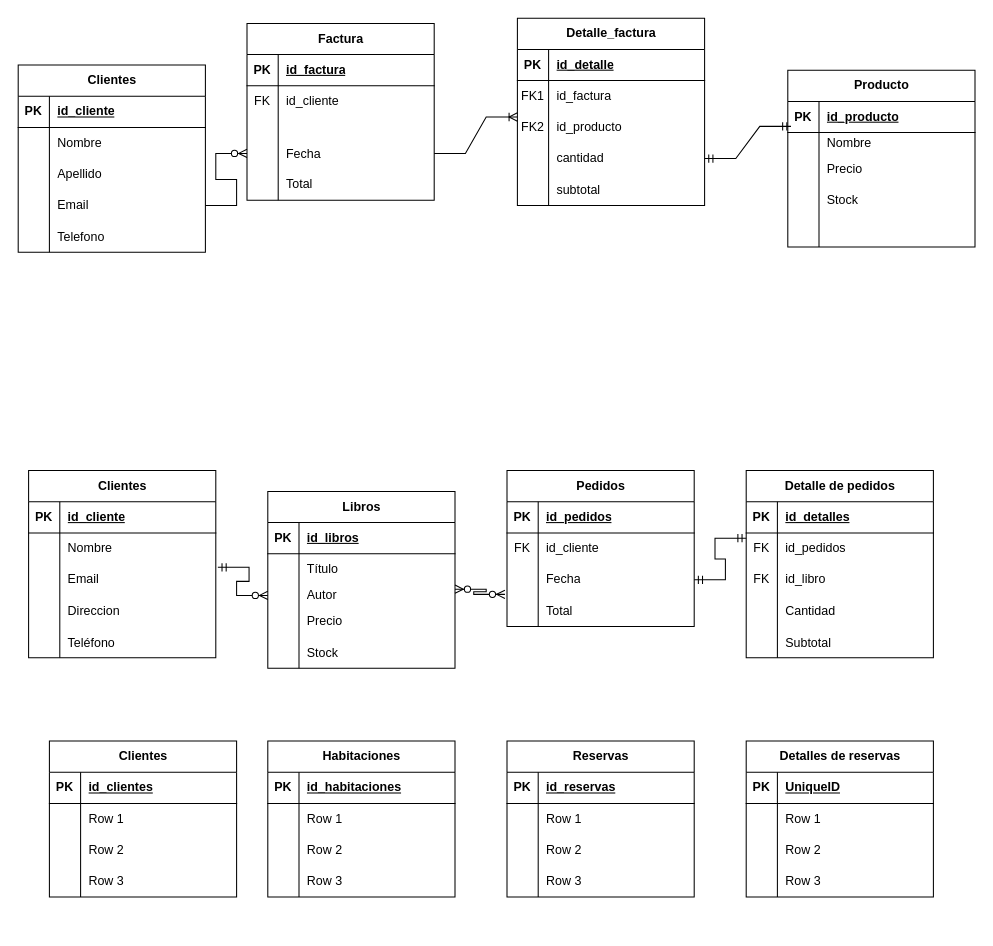
The draw.io diagram Diagrama sin título.drawio in paulacersofios/ARQUITECTURA, before the edit. Source tidied: cells renumbered, new cells numbered last; positions are measured from the earlier drawing's top-left corner, leaving out a move shared by most shapes. Both pictures are drawn from the tidied source at 104%, with x=0, y=0 at pixel (18, 18).
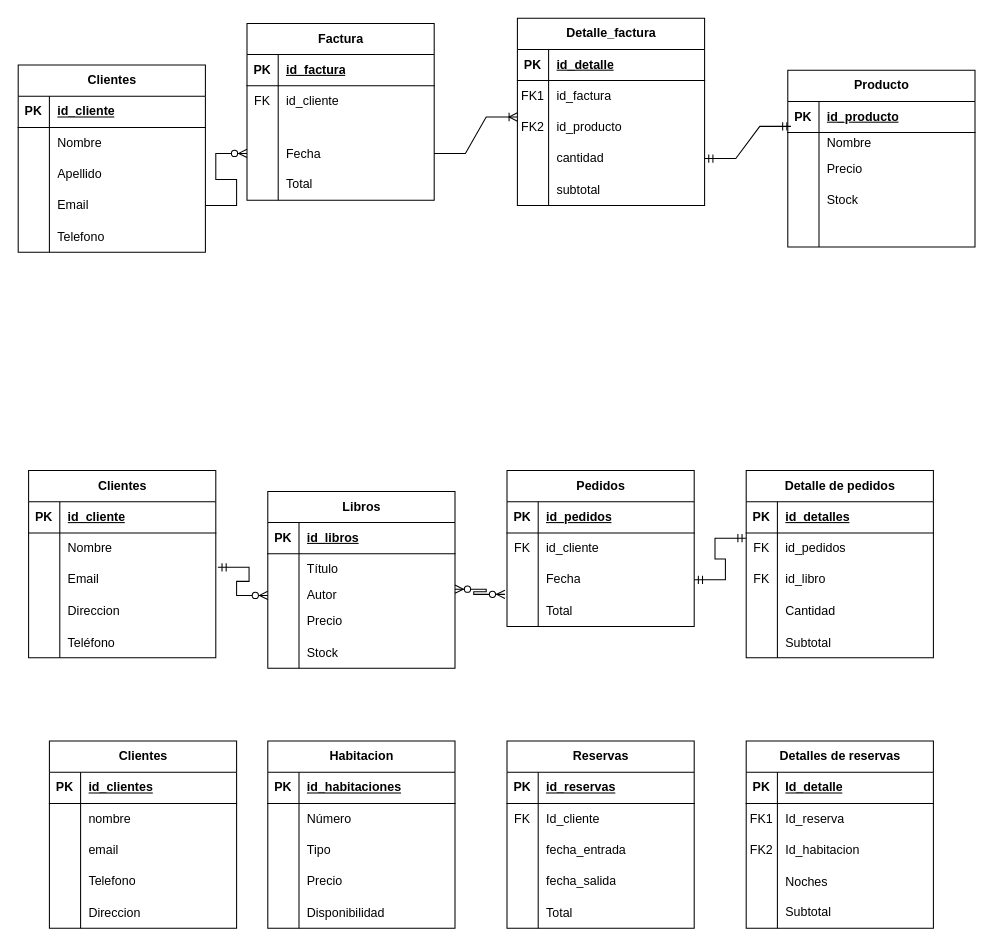
The same diagram, later.

Commit message:
Actualizar Diagrama sist.basesdedatos.drawio

The change refers to these unchanged cells:
```xml
<mxCell id="131" style="shape=tableRow;horizontal=0;startSize=0;swimlaneHead=0;swimlaneBody=0;fillColor=none;top=0;left=0;right=0;bottom=1;" parent="130" vertex="1">
  <mxGeometry y="30" width="180" height="30" as="geometry" />
</mxCell>
<mxCell id="134" style="shape=tableRow;horizontal=0;startSize=0;swimlaneHead=0;swimlaneBody=0;fillColor=none;top=0;left=0;right=0;bottom=0;" parent="130" vertex="1">
  <mxGeometry y="60" width="180" height="30" as="geometry" />
</mxCell>
<mxCell id="137" style="shape=tableRow;horizontal=0;startSize=0;swimlaneHead=0;swimlaneBody=0;fillColor=none;top=0;left=0;right=0;bottom=0;" parent="130" vertex="1">
  <mxGeometry y="90" width="180" height="30" as="geometry" />
</mxCell>
<mxCell id="147" style="shape=tableRow;horizontal=0;startSize=0;swimlaneHead=0;swimlaneBody=0;fillColor=none;top=0;left=0;right=0;bottom=0;" parent="143" vertex="1">
  <mxGeometry y="60" width="180" height="30" as="geometry" />
</mxCell>
<mxCell id="150" style="shape=tableRow;horizontal=0;startSize=0;swimlaneHead=0;swimlaneBody=0;fillColor=none;top=0;left=0;right=0;bottom=0;" parent="143" vertex="1">
  <mxGeometry y="90" width="180" height="30" as="geometry" />
</mxCell>
<mxCell id="153" style="shape=tableRow;horizontal=0;startSize=0;swimlaneHead=0;swimlaneBody=0;fillColor=none;top=0;left=0;right=0;bottom=0;" parent="143" vertex="1">
  <mxGeometry y="120" width="180" height="30" as="geometry" />
</mxCell>
<mxCell id="160" style="shape=tableRow;horizontal=0;startSize=0;swimlaneHead=0;swimlaneBody=0;fillColor=none;top=0;left=0;right=0;bottom=0;" parent="156" vertex="1">
  <mxGeometry y="60" width="180" height="30" as="geometry" />
</mxCell>
<mxCell id="163" style="shape=tableRow;horizontal=0;startSize=0;swimlaneHead=0;swimlaneBody=0;fillColor=none;top=0;left=0;right=0;bottom=0;" parent="156" vertex="1">
  <mxGeometry y="90" width="180" height="30" as="geometry" />
</mxCell>
<mxCell id="166" style="shape=tableRow;horizontal=0;startSize=0;swimlaneHead=0;swimlaneBody=0;fillColor=none;top=0;left=0;right=0;bottom=0;" parent="156" vertex="1">
  <mxGeometry y="120" width="180" height="30" as="geometry" />
</mxCell>
<mxCell id="173" style="shape=tableRow;horizontal=0;startSize=0;swimlaneHead=0;swimlaneBody=0;fillColor=none;top=0;left=0;right=0;bottom=0;" parent="169" vertex="1">
  <mxGeometry y="60" width="180" height="30" as="geometry" />
</mxCell>
<mxCell id="176" style="shape=tableRow;horizontal=0;startSize=0;swimlaneHead=0;swimlaneBody=0;fillColor=none;top=0;left=0;right=0;bottom=0;" parent="169" vertex="1">
  <mxGeometry y="90" width="180" height="30" as="geometry" />
</mxCell>
<mxCell id="179" style="shape=tableRow;horizontal=0;startSize=0;swimlaneHead=0;swimlaneBody=0;fillColor=none;top=0;left=0;right=0;bottom=0;" parent="169" vertex="1">
  <mxGeometry y="120" width="180" height="30" as="geometry" />
</mxCell>
```

What changed in the source:
```diff
@@
     <mxCell id="130" value="Detalles de reservas" style="shape=table;startSize=30;childLayout=tableLayout;rowLines=0;fontStyle=1;align=center;html=1;" parent="1" vertex="1">
-      <mxGeometry x="700" y="695" width="180" height="150" as="geometry" />
+      <mxGeometry x="700" y="695" width="180" height="180" as="geometry" />
     </mxCell>
@@
-    <mxCell id="133" value="UniqueID" style="shape=partialRectangle;fillColor=none;top=0;left=0;bottom=0;right=0;align=left;spacingLeft=6;fontStyle=5;overflow=hidden;whiteSpace=wrap;html=1;" parent="131" vertex="1">
+    <mxCell id="133" value="Id_detalle" style="shape=partialRectangle;fillColor=none;top=0;left=0;bottom=0;right=0;align=left;spacingLeft=6;fontStyle=5;overflow=hidden;whiteSpace=wrap;html=1;" parent="131" vertex="1">
       <mxGeometry x="30" width="150" height="30" as="geometry" />
     </mxCell>
@@
-    <mxCell id="135" style="shape=partialRectangle;fillColor=none;top=0;left=0;bottom=0;right=0;overflow=hidden;whiteSpace=wrap;html=1;" parent="134" vertex="1">
+    <mxCell id="135" value="FK1" style="shape=partialRectangle;fillColor=none;top=0;left=0;bottom=0;right=0;overflow=hidden;whiteSpace=wrap;html=1;" parent="134" vertex="1">
       <mxGeometry width="30" height="30" as="geometry" />
     </mxCell>
-    <mxCell id="136" value="Row 1" style="shape=partialRectangle;fillColor=none;top=0;left=0;bottom=0;right=0;align=left;spacingLeft=6;overflow=hidden;whiteSpace=wrap;html=1;" parent="134" vertex="1">
+    <mxCell id="136" value="Id_reserva" style="shape=partialRectangle;fillColor=none;top=0;left=0;bottom=0;right=0;align=left;spacingLeft=6;overflow=hidden;whiteSpace=wrap;html=1;" parent="134" vertex="1">
       <mxGeometry x="30" width="150" height="30" as="geometry" />
     </mxCell>
@@
-    <mxCell id="138" style="shape=partialRectangle;fillColor=none;top=0;left=0;bottom=0;right=0;overflow=hidden;whiteSpace=wrap;html=1;" parent="137" vertex="1">
+    <mxCell id="138" value="FK2" style="shape=partialRectangle;fillColor=none;top=0;left=0;bottom=0;right=0;overflow=hidden;whiteSpace=wrap;html=1;" parent="137" vertex="1">
       <mxGeometry width="30" height="30" as="geometry" />
     </mxCell>
-    <mxCell id="139" value="Row 2" style="shape=partialRectangle;fillColor=none;top=0;left=0;bottom=0;right=0;align=left;spacingLeft=6;overflow=hidden;whiteSpace=wrap;html=1;" parent="137" vertex="1">
+    <mxCell id="139" value="Id_habitacion" style="shape=partialRectangle;fillColor=none;top=0;left=0;bottom=0;right=0;align=left;spacingLeft=6;overflow=hidden;whiteSpace=wrap;html=1;" parent="137" vertex="1">
       <mxGeometry x="30" width="150" height="30" as="geometry" />
     </mxCell>
+    <mxCell id="185" style="shape=tableRow;horizontal=0;startSize=0;swimlaneHead=0;swimlaneBody=0;fillColor=none;top=0;left=0;right=0;bottom=0;" parent="130" vertex="1">
+      <mxGeometry y="120" width="180" height="30" as="geometry" />
+    </mxCell>
+    <mxCell id="186" style="shape=partialRectangle;fillColor=none;top=0;left=0;bottom=0;right=0;overflow=hidden;" parent="185" vertex="1">
+      <mxGeometry width="30" height="30" as="geometry" />
+    </mxCell>
+    <mxCell id="187" value="Noches" style="shape=partialRectangle;fillColor=none;top=0;left=0;bottom=0;right=0;align=left;spacingLeft=6;overflow=hidden;" parent="185" vertex="1">
+      <mxGeometry x="30" width="150" height="30" as="geometry" />
+    </mxCell>
     <mxCell id="140" style="shape=tableRow;horizontal=0;startSize=0;swimlaneHead=0;swimlaneBody=0;fillColor=none;top=0;left=0;right=0;bottom=0;" parent="130" vertex="1">
-      <mxGeometry y="120" width="180" height="30" as="geometry" />
+      <mxGeometry y="150" width="180" height="30" as="geometry" />
     </mxCell>
@@
-    <mxCell id="142" value="Row 3" style="shape=partialRectangle;fillColor=none;top=0;left=0;bottom=0;right=0;align=left;spacingLeft=6;overflow=hidden;whiteSpace=wrap;html=1;" parent="140" vertex="1">
+    <mxCell id="142" value="Subtotal" style="shape=partialRectangle;fillColor=none;top=0;left=0;bottom=0;right=0;align=left;spacingLeft=6;overflow=hidden;whiteSpace=wrap;html=1;" parent="140" vertex="1">
       <mxGeometry x="30" width="150" height="30" as="geometry" />
     </mxCell>
-    <mxCell id="143" value="Habitaciones" style="shape=table;startSize=30;childLayout=tableLayout;rowLines=0;fontStyle=1;align=center;html=1;" parent="1" vertex="1">
-      <mxGeometry x="240" y="695" width="180" height="150" as="geometry" />
+    <mxCell id="143" value="Habitacion" style="shape=table;startSize=30;childLayout=tableLayout;rowLines=0;fontStyle=1;align=center;html=1;" parent="1" vertex="1">
+      <mxGeometry x="240" y="695" width="180" height="180" as="geometry" />
     </mxCell>
@@
-    <mxCell id="149" value="Row 1" style="shape=partialRectangle;fillColor=none;top=0;left=0;bottom=0;right=0;align=left;spacingLeft=6;overflow=hidden;whiteSpace=wrap;html=1;" parent="147" vertex="1">
+    <mxCell id="149" value="Número" style="shape=partialRectangle;fillColor=none;top=0;left=0;bottom=0;right=0;align=left;spacingLeft=6;overflow=hidden;whiteSpace=wrap;html=1;" parent="147" vertex="1">
       <mxGeometry x="30" width="150" height="30" as="geometry" />
     </mxCell>
@@
-    <mxCell id="152" value="Row 2" style="shape=partialRectangle;fillColor=none;top=0;left=0;bottom=0;right=0;align=left;spacingLeft=6;overflow=hidden;whiteSpace=wrap;html=1;" parent="150" vertex="1">
+    <mxCell id="152" value="Tipo" style="shape=partialRectangle;fillColor=none;top=0;left=0;bottom=0;right=0;align=left;spacingLeft=6;overflow=hidden;whiteSpace=wrap;html=1;" parent="150" vertex="1">
       <mxGeometry x="30" width="150" height="30" as="geometry" />
     </mxCell>
@@
-    <mxCell id="155" value="Row 3" style="shape=partialRectangle;fillColor=none;top=0;left=0;bottom=0;right=0;align=left;spacingLeft=6;overflow=hidden;whiteSpace=wrap;html=1;" parent="153" vertex="1">
+    <mxCell id="155" value="Precio" style="shape=partialRectangle;fillColor=none;top=0;left=0;bottom=0;right=0;align=left;spacingLeft=6;overflow=hidden;whiteSpace=wrap;html=1;" parent="153" vertex="1">
       <mxGeometry x="30" width="150" height="30" as="geometry" />
     </mxCell>
+    <mxCell id="188" style="shape=tableRow;horizontal=0;startSize=0;swimlaneHead=0;swimlaneBody=0;fillColor=none;top=0;left=0;right=0;bottom=0;" parent="143" vertex="1">
+      <mxGeometry y="150" width="180" height="30" as="geometry" />
+    </mxCell>
+    <mxCell id="189" style="shape=partialRectangle;fillColor=none;top=0;left=0;bottom=0;right=0;overflow=hidden;" parent="188" vertex="1">
+      <mxGeometry width="30" height="30" as="geometry" />
+    </mxCell>
+    <mxCell id="190" value="Disponibilidad" style="shape=partialRectangle;fillColor=none;top=0;left=0;bottom=0;right=0;align=left;spacingLeft=6;overflow=hidden;" parent="188" vertex="1">
+      <mxGeometry x="30" width="150" height="30" as="geometry" />
+    </mxCell>
     <mxCell id="156" value="Clientes" style="shape=table;startSize=30;childLayout=tableLayout;rowLines=0;fontStyle=1;align=center;html=1;" parent="1" vertex="1">
-      <mxGeometry x="30" y="695" width="180" height="150" as="geometry" />
+      <mxGeometry x="30" y="695" width="180" height="180" as="geometry" />
     </mxCell>
@@
-    <mxCell id="162" value="Row 1" style="shape=partialRectangle;fillColor=none;top=0;left=0;bottom=0;right=0;align=left;spacingLeft=6;overflow=hidden;whiteSpace=wrap;html=1;" parent="160" vertex="1">
+    <mxCell id="162" value="nombre" style="shape=partialRectangle;fillColor=none;top=0;left=0;bottom=0;right=0;align=left;spacingLeft=6;overflow=hidden;whiteSpace=wrap;html=1;" parent="160" vertex="1">
       <mxGeometry x="30" width="150" height="30" as="geometry" />
     </mxCell>
@@
-    <mxCell id="165" value="Row 2" style="shape=partialRectangle;fillColor=none;top=0;left=0;bottom=0;right=0;align=left;spacingLeft=6;overflow=hidden;whiteSpace=wrap;html=1;" parent="163" vertex="1">
+    <mxCell id="165" value="email" style="shape=partialRectangle;fillColor=none;top=0;left=0;bottom=0;right=0;align=left;spacingLeft=6;overflow=hidden;whiteSpace=wrap;html=1;" parent="163" vertex="1">
       <mxGeometry x="30" width="150" height="30" as="geometry" />
     </mxCell>
@@
-    <mxCell id="168" value="Row 3" style="shape=partialRectangle;fillColor=none;top=0;left=0;bottom=0;right=0;align=left;spacingLeft=6;overflow=hidden;whiteSpace=wrap;html=1;" parent="166" vertex="1">
+    <mxCell id="168" value="Telefono" style="shape=partialRectangle;fillColor=none;top=0;left=0;bottom=0;right=0;align=left;spacingLeft=6;overflow=hidden;whiteSpace=wrap;html=1;" parent="166" vertex="1">
       <mxGeometry x="30" width="150" height="30" as="geometry" />
     </mxCell>
+    <mxCell id="191" style="shape=tableRow;horizontal=0;startSize=0;swimlaneHead=0;swimlaneBody=0;fillColor=none;top=0;left=0;right=0;bottom=0;" parent="156" vertex="1">
+      <mxGeometry y="150" width="180" height="30" as="geometry" />
+    </mxCell>
+    <mxCell id="192" style="shape=partialRectangle;fillColor=none;top=0;left=0;bottom=0;right=0;overflow=hidden;" parent="191" vertex="1">
+      <mxGeometry width="30" height="30" as="geometry" />
+    </mxCell>
+    <mxCell id="193" value="Direccion" style="shape=partialRectangle;fillColor=none;top=0;left=0;bottom=0;right=0;align=left;spacingLeft=6;overflow=hidden;" parent="191" vertex="1">
+      <mxGeometry x="30" width="150" height="30" as="geometry" />
+    </mxCell>
     <mxCell id="169" value="Reservas" style="shape=table;startSize=30;childLayout=tableLayout;rowLines=0;fontStyle=1;align=center;html=1;" parent="1" vertex="1">
-      <mxGeometry x="470" y="695" width="180" height="150" as="geometry" />
+      <mxGeometry x="470" y="695" width="180" height="180" as="geometry" />
     </mxCell>
@@
-    <mxCell id="174" style="shape=partialRectangle;fillColor=none;top=0;left=0;bottom=0;right=0;overflow=hidden;whiteSpace=wrap;html=1;" parent="173" vertex="1">
+    <mxCell id="174" value="FK" style="shape=partialRectangle;fillColor=none;top=0;left=0;bottom=0;right=0;overflow=hidden;whiteSpace=wrap;html=1;" parent="173" vertex="1">
       <mxGeometry width="30" height="30" as="geometry" />
     </mxCell>
-    <mxCell id="175" value="Row 1" style="shape=partialRectangle;fillColor=none;top=0;left=0;bottom=0;right=0;align=left;spacingLeft=6;overflow=hidden;whiteSpace=wrap;html=1;" parent="173" vertex="1">
+    <mxCell id="175" value="Id_cliente" style="shape=partialRectangle;fillColor=none;top=0;left=0;bottom=0;right=0;align=left;spacingLeft=6;overflow=hidden;whiteSpace=wrap;html=1;" parent="173" vertex="1">
       <mxGeometry x="30" width="150" height="30" as="geometry" />
     </mxCell>
@@
-    <mxCell id="178" value="Row 2" style="shape=partialRectangle;fillColor=none;top=0;left=0;bottom=0;right=0;align=left;spacingLeft=6;overflow=hidden;whiteSpace=wrap;html=1;" parent="176" vertex="1">
+    <mxCell id="178" value="fecha_entrada" style="shape=partialRectangle;fillColor=none;top=0;left=0;bottom=0;right=0;align=left;spacingLeft=6;overflow=hidden;whiteSpace=wrap;html=1;" parent="176" vertex="1">
       <mxGeometry x="30" width="150" height="30" as="geometry" />
     </mxCell>
@@
-    <mxCell id="181" value="Row 3" style="shape=partialRectangle;fillColor=none;top=0;left=0;bottom=0;right=0;align=left;spacingLeft=6;overflow=hidden;whiteSpace=wrap;html=1;" parent="179" vertex="1">
+    <mxCell id="181" value="fecha_salida" style="shape=partialRectangle;fillColor=none;top=0;left=0;bottom=0;right=0;align=left;spacingLeft=6;overflow=hidden;whiteSpace=wrap;html=1;" parent="179" vertex="1">
       <mxGeometry x="30" width="150" height="30" as="geometry" />
     </mxCell>
+    <mxCell id="194" style="shape=tableRow;horizontal=0;startSize=0;swimlaneHead=0;swimlaneBody=0;fillColor=none;top=0;left=0;right=0;bottom=0;" parent="169" vertex="1">
+      <mxGeometry y="150" width="180" height="30" as="geometry" />
+    </mxCell>
+    <mxCell id="195" style="shape=partialRectangle;fillColor=none;top=0;left=0;bottom=0;right=0;overflow=hidden;" parent="194" vertex="1">
+      <mxGeometry width="30" height="30" as="geometry" />
+    </mxCell>
+    <mxCell id="196" value="Total" style="shape=partialRectangle;fillColor=none;top=0;left=0;bottom=0;right=0;align=left;spacingLeft=6;overflow=hidden;" parent="194" vertex="1">
+      <mxGeometry x="30" width="150" height="30" as="geometry" />
+    </mxCell>
```
